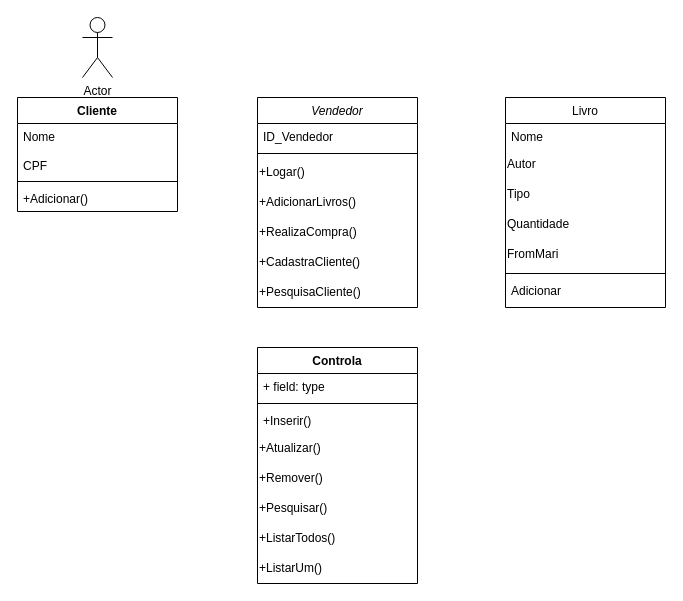
The draw.io diagram Documentação/UML_Primeira_Parte.drawio in AlecrimLunar/Banco-de-dados-Livraria, before the edit. Source tidied: cells renumbered, new cells numbered last; positions are measured from the earlier drawing's top-left corner, leaving out a move shared by most shapes. Both pictures are drawn from the tidied source at 100%, with x=0, y=0 at pixel (17, 17).
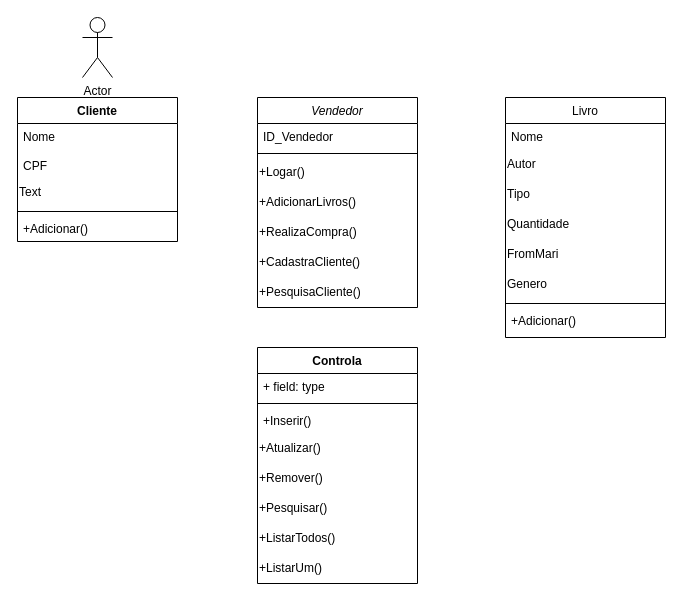
Above is the later version.

Diff of the diagram source:
```diff
@@
     <mxCell id="10" value="Livro" style="swimlane;fontStyle=0;align=center;verticalAlign=top;horizontal=1;startSize=26;rounded=0;shadow=0;strokeWidth=1;" parent="1" vertex="1">
-      <mxGeometry x="488" y="80" width="160" height="210" as="geometry" />
+      <mxGeometry x="488" y="80" width="160" height="240" as="geometry" />
     </mxCell>
@@
+    <mxCell id="32" value="Genero" style="text;html=1;align=left;verticalAlign=middle;strokeColor=none;fillColor=none;" parent="10" vertex="1">
+      <mxGeometry y="172" width="160" height="30" as="geometry" />
+    </mxCell>
     <mxCell id="16" style="line;html=1;strokeWidth=1;align=left;verticalAlign=middle;spacingTop=-1;spacingLeft=3;spacingRight=3;labelPosition=right;" parent="10" vertex="1">
-      <mxGeometry y="172" width="160" height="8" as="geometry" />
+      <mxGeometry y="202" width="160" height="8" as="geometry" />
     </mxCell>
-    <mxCell id="17" value="Adicionar" style="text;align=left;verticalAlign=top;spacingLeft=4;spacingRight=4;overflow=hidden;" parent="10" vertex="1">
-      <mxGeometry y="180" width="160" height="30" as="geometry" />
+    <mxCell id="17" value="+Adicionar()" style="text;align=left;verticalAlign=top;spacingLeft=4;spacingRight=4;overflow=hidden;" parent="10" vertex="1">
+      <mxGeometry y="210" width="160" height="30" as="geometry" />
     </mxCell>
@@
     <mxCell id="27" value="Cliente" style="swimlane;fontStyle=1;align=center;verticalAlign=top;horizontal=1;startSize=26;whiteSpace=wrap;html=1;" parent="1" vertex="1">
-      <mxGeometry y="80" width="160" height="114" as="geometry" />
+      <mxGeometry y="80" width="160" height="144" as="geometry" />
     </mxCell>
@@
+    <mxCell id="33" value="&lt;div align=&quot;left&quot;&gt;Text&lt;/div&gt;" style="text;html=1;align=left;verticalAlign=middle;strokeColor=none;fillColor=none;" parent="27" vertex="1">
+      <mxGeometry y="80" width="160" height="30" as="geometry" />
+    </mxCell>
     <mxCell id="29" style="line;strokeWidth=1;fillColor=none;align=left;verticalAlign=middle;spacingTop=-1;spacingLeft=3;spacingRight=3;labelPosition=right;strokeColor=inherit;" parent="27" vertex="1">
-      <mxGeometry y="80" width="160" height="8" as="geometry" />
+      <mxGeometry y="110" width="160" height="8" as="geometry" />
     </mxCell>
     <mxCell id="30" value="+Adicionar()" style="text;strokeColor=none;fillColor=none;align=left;verticalAlign=top;spacingLeft=4;spacingRight=4;overflow=hidden;whiteSpace=wrap;html=1;" parent="27" vertex="1">
-      <mxGeometry y="88" width="160" height="26" as="geometry" />
+      <mxGeometry y="118" width="160" height="26" as="geometry" />
     </mxCell>
```
